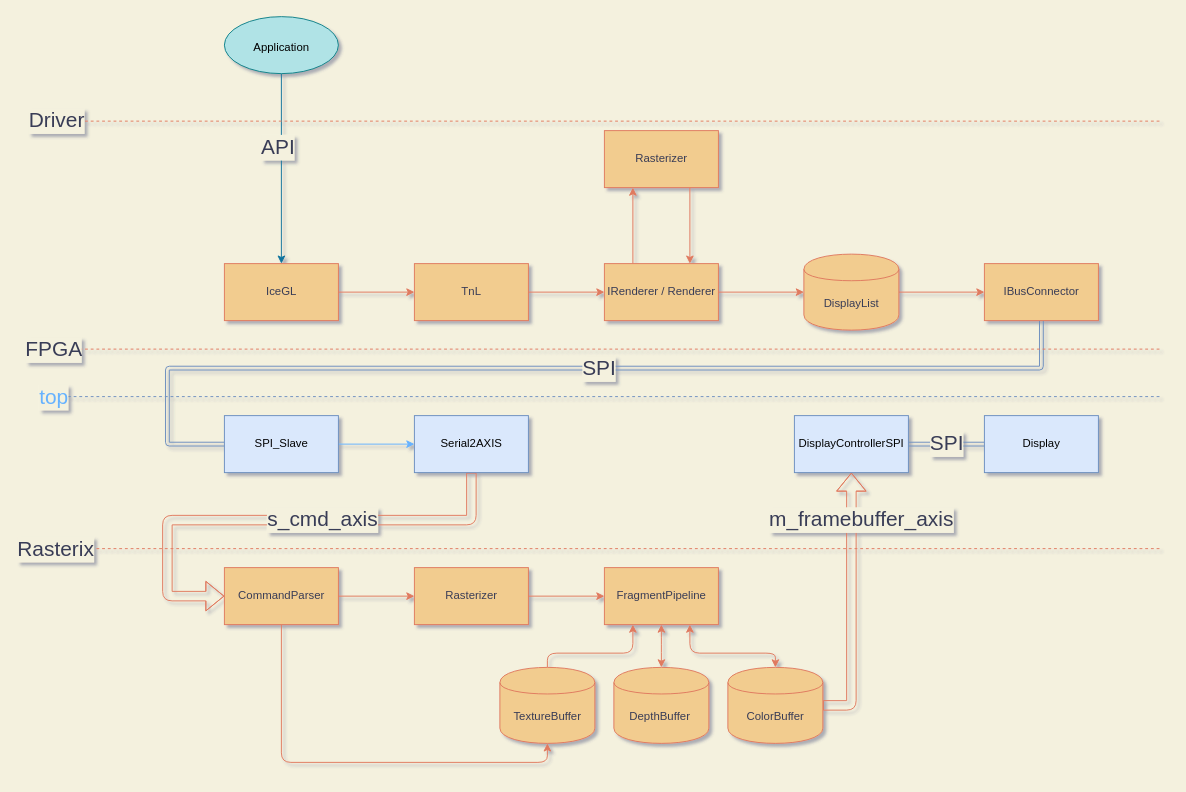
Before: pictures/flow.drawio in ToNi3141/Rasterix, a draw.io diagram. Source tidied: cells renumbered, new cells numbered last; positions are measured from the earlier drawing's top-left corner, leaving out a move shared by most shapes. Both pictures are drawn from the tidied source at 95%, with x=0, y=0 at pixel (50, 16).
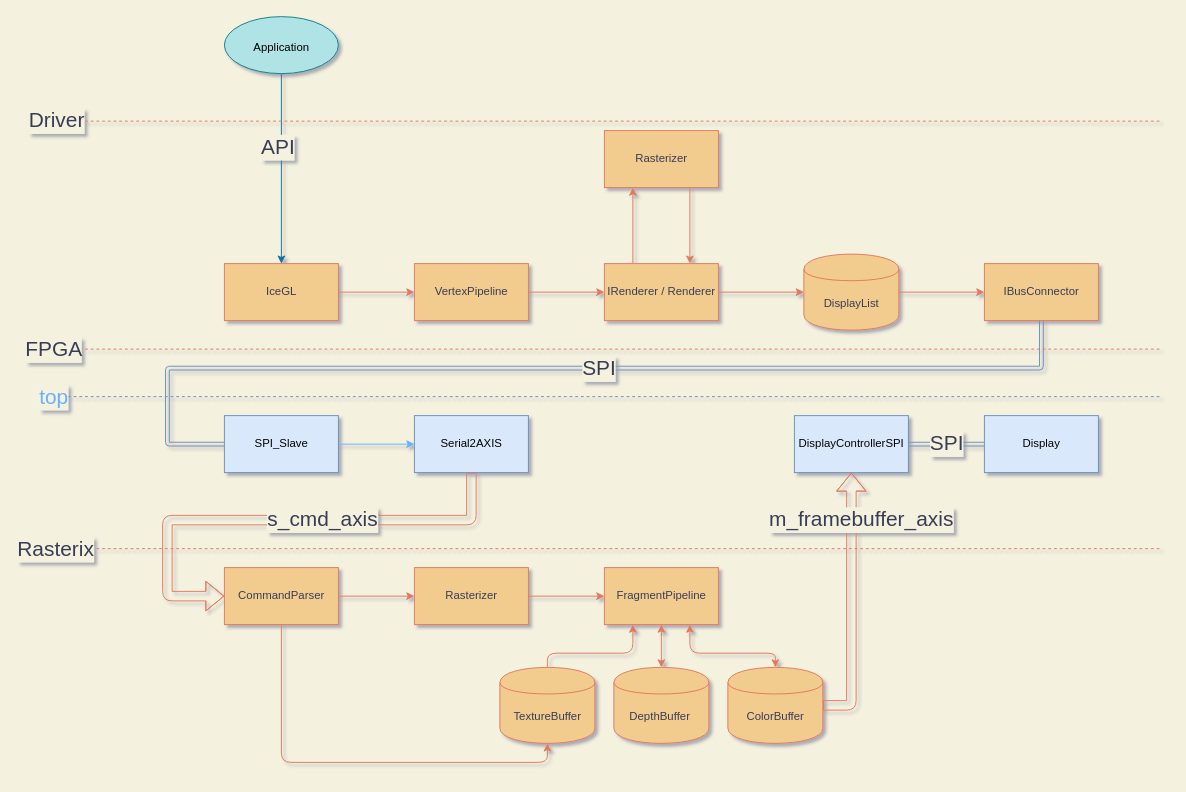
After the change.

Commit message (it also covers changes not shown here):
Rename TnL into VertexPipeline

Diff of the diagram source:
```diff
@@
-    <mxCell id="5" value="TnL" style="whiteSpace=wrap;html=1;fillColor=#F2CC8F;strokeColor=#E07A5F;fontColor=#393C56;" parent="1" vertex="1">
+    <mxCell id="5" value="VertexPipeline" style="whiteSpace=wrap;html=1;fillColor=#F2CC8F;strokeColor=#E07A5F;fontColor=#393C56;" parent="1" vertex="1">
       <mxGeometry x="382.7" y="260" width="120" height="60" as="geometry" />
     </mxCell>
```
